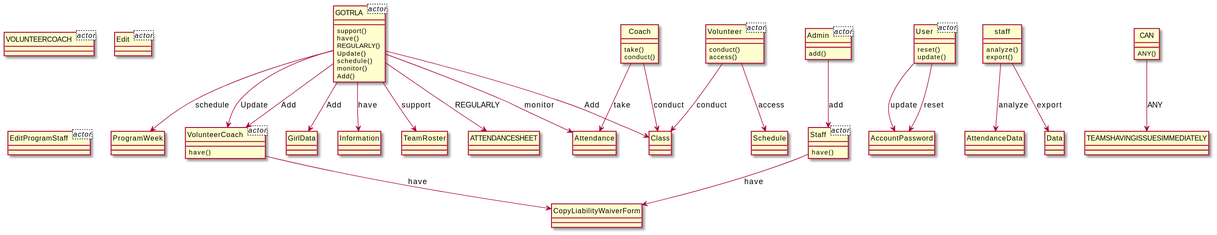
Earlier version of the PlantUML export output/diagram_5/2014-USC-Project15.svg (xixixhalu/DomainModelExtractor).
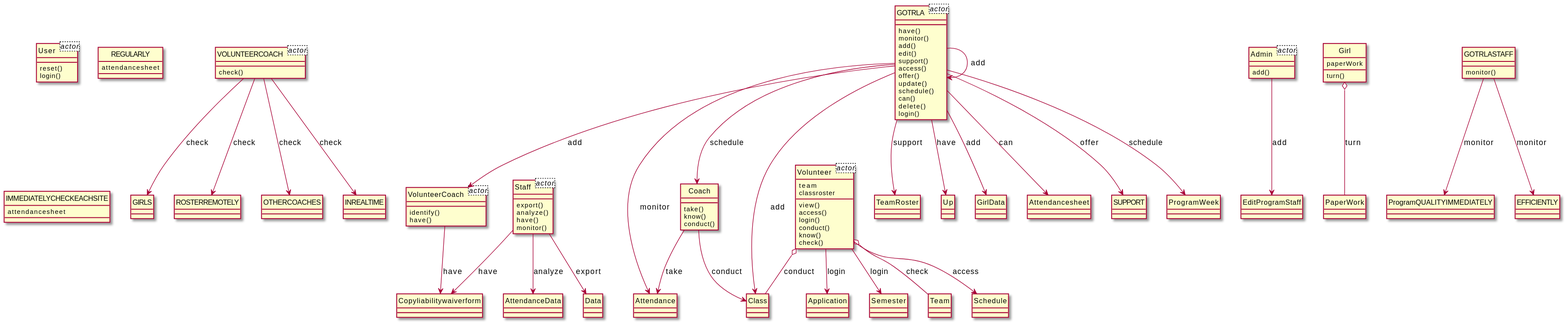
Above is the later version.

The edit, as a diff of the source:
```diff
@@ -8,98 +8,148 @@
 }
 class Staff<actor> {
 }
-class Edit<actor> {
-}
 class Volunteer<actor> {
+	team
+	classroster
 }
 class Admin<actor> {
 }
-class EditProgramStaff<actor> {
-}
 class User<actor> {
 }
-class staff {
-	analyze()
-	export()
+class REGULARLY {
+	attendancesheet
 }
-class AttendanceData {
+class IMMEDIATELYCHECKEACHSITE {
+	attendancesheet
 }
-class GOTRLA {
-	support()
-	have()
-	REGULARLY()
-	Update()
-	schedule()
-	monitor()
-	Add()
-}
-class ProgramWeek {
-}
-class CAN {
-	ANY()
-}
-class TEAMSHAVINGISSUESIMMEDIATELY {
-}
-class GirlData {
-}
-class VolunteerCoach {
-	have()
-}
-class CopyLiabilityWaiverForm {
-}
-class User {
-	reset()
-	update()
-}
-class AccountPassword {
-}
-class Information {
+class Girl {
+	paperWork
+	turn()
 }
 class Coach {
 	take()
+	know()
 	conduct()
 }
-class Class {
+class Attendance {
 }
-class Attendance {
+class VOLUNTEERCOACH {
+	check()
+}
+class GIRLS {
+}
+class ROSTERREMOTELY {
+}
+class GOTRLA {
+	have()
+	monitor()
+	add()
+	edit()
+	support()
+	access()
+	offer()
+	update()
+	schedule()
+	can()
+	delete()
+	login()
+}
+class VolunteerCoach {
+	identify()
+	have()
+}
+class Copyliabilitywaiverform {
 }
 class TeamRoster {
 }
 class Staff {
+	export()
+	analyze()
 	have()
+	monitor()
+}
+class PaperWork {
+}
+class Volunteer {
+	view()
+	access()
+	login()
+	conduct()
+	know()
+	check()
+}
+class User {
+	reset()
+	login()
+}
+class Class {
+}
+class OTHERCOACHES {
+}
+class INREALTIME {
+}
+class Up {
+}
+class Application {
 }
 class Admin {
 	add()
 }
+class EditProgramStaff {
+}
+class AttendanceData {
+}
+class GOTRLASTAFF {
+	monitor()
+}
+class GirlData {
+}
 class Data {
 }
-class Volunteer {
-	conduct()
-	access()
+class Semester {
+}
+class ProgramQUALITYIMMEDIATELY {
+}
+class Attendancesheet {
+}
+class EFFICIENTLY {
+}
+class SUPPORT {
+}
+class ProgramWeek {
+}
+class Team {
 }
 class Schedule {
 }
-class ATTENDANCESHEET {
-}
-Staff --> CopyLiabilityWaiverForm : have
-staff --> AttendanceData : analyze
-User --> AccountPassword : update
-Admin --> Staff : add
-GOTRLA --> Information : have
-staff --> Data : export
+Staff --> Copyliabilitywaiverform : have
+VOLUNTEERCOACH --> GIRLS : check
+GOTRLA --> Class : add
+GOTRLA --> Attendance : monitor
+VOLUNTEERCOACH --> ROSTERREMOTELY : check
+GOTRLA --> Attendancesheet : can
+GOTRLA --> Up : have
+GOTRLASTAFF --> EFFICIENTLY : monitor
+Volunteer --> Application : login
+VolunteerCoach --> Copyliabilitywaiverform : have
+GOTRLA --> SUPPORT : offer
+GOTRLA --> TeamRoster : support
 GOTRLA --> ProgramWeek : schedule
+Admin --> EditProgramStaff : add
+Staff --> AttendanceData : analyze
+Girl o-- PaperWork : turn
+GOTRLA --> VolunteerCoach : add
+Coach --> Class : conduct
+GOTRLA --> GOTRLA : add
+Volunteer o-- Team : check
+GOTRLA --> GirlData : add
+GOTRLA --> Coach : schedule
 Volunteer --> Schedule : access
-CAN --> TEAMSHAVINGISSUESIMMEDIATELY : ANY
-VolunteerCoach --> CopyLiabilityWaiverForm : have
+Staff --> Data : export
+Volunteer o-- Class : conduct
+Volunteer --> Semester : login
+VOLUNTEERCOACH --> OTHERCOACHES : check
 Coach --> Attendance : take
-GOTRLA --> GirlData : Add
-GOTRLA --> ATTENDANCESHEET : REGULARLY
-User --> AccountPassword : reset
-Volunteer --> Class : conduct
-GOTRLA --> VolunteerCoach : Add
-GOTRLA --> Class : Add
-GOTRLA --> VolunteerCoach : Update
-Coach --> Class : conduct
-GOTRLA --> Attendance : monitor
-GOTRLA --> TeamRoster : support
+VOLUNTEERCOACH --> INREALTIME : check
+GOTRLASTAFF --> ProgramQUALITYIMMEDIATELY : monitor
 @enduml
```
